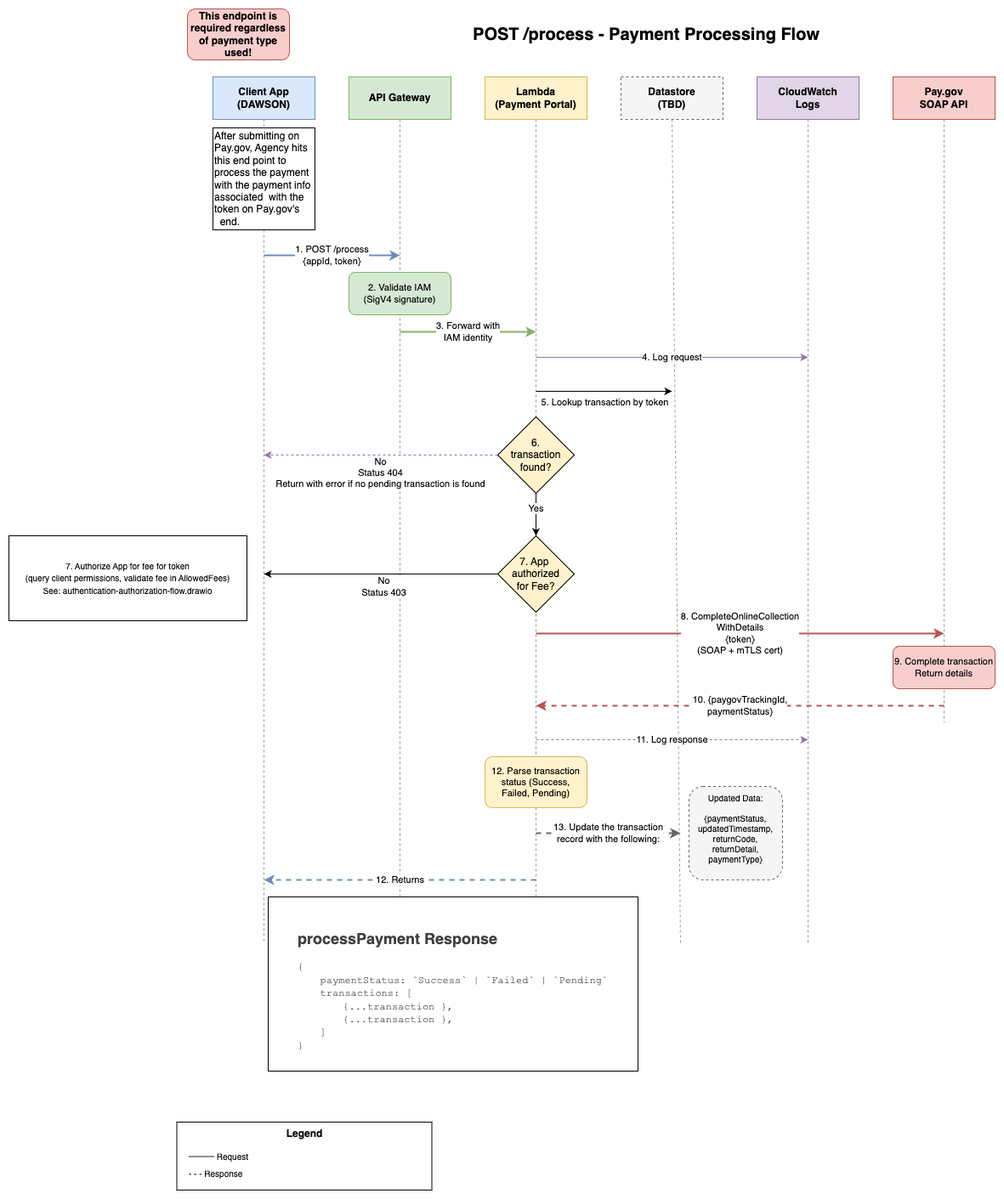
The draw.io diagram docs/diagrams/process-payment-flow.png in ustaxcourt/ustc-payment-portal, before a commit. Source tidied: cells renumbered, new cells last; positions are measured from the earlier drawing's top-left corner, leaving out a move shared by most shapes.
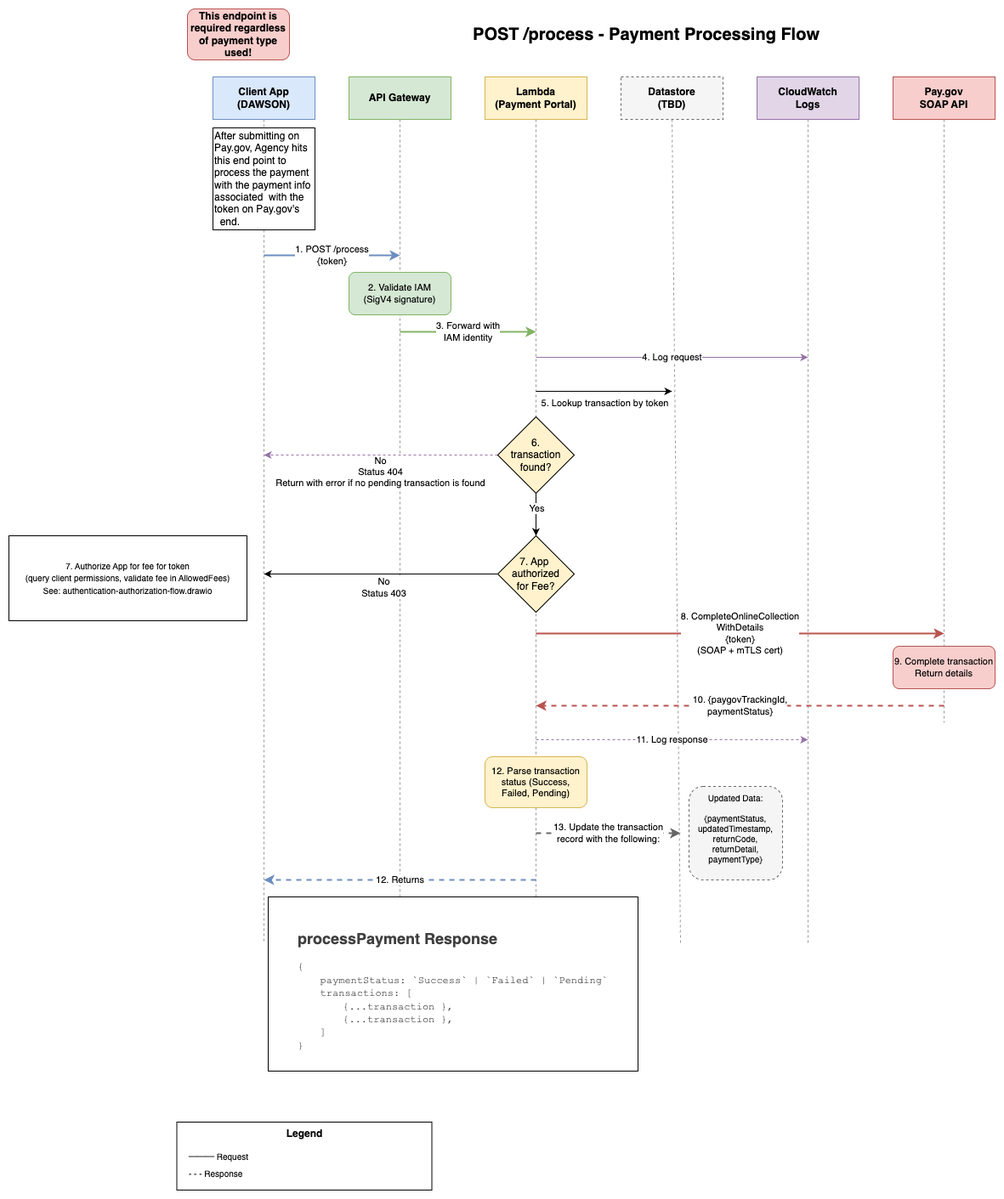
After the commit.

What changed in the source:
```diff
@@ -58,7 +58,7 @@
         <mxPoint x="1100" y="840" as="targetPoint" />
       </mxGeometry>
     </mxCell>
-    <mxCell id="15" value="1. POST /process&#10;{appId, token}" style="edgeStyle=orthogonalEdgeStyle;rounded=0;orthogonalLoop=1;jettySize=auto;html=1;strokeWidth=2;fillColor=#dae8fc;strokeColor=#6c8ebf;" parent="1" edge="1">
+    <mxCell id="15" value="1. POST /process&#10;{token}" style="edgeStyle=orthogonalEdgeStyle;rounded=0;orthogonalLoop=1;jettySize=auto;html=1;strokeWidth=2;fillColor=#dae8fc;strokeColor=#6c8ebf;" parent="1" edge="1">
       <mxGeometry relative="1" as="geometry">
         <mxPoint x="300" y="290" as="sourcePoint" />
         <mxPoint x="460" y="290" as="targetPoint" />
```
